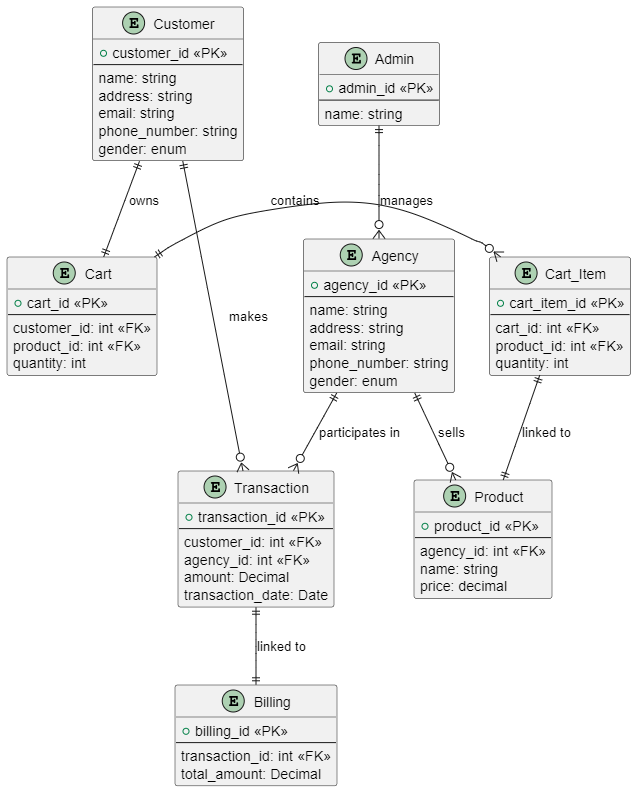
buinhathuy511/UDT-Backend-Nodejs-Test keeps this PlantUML diagram as Question-2/ERD.png. Above is the earlier version. Its source is kept beside it as Question-2/erd.puml.
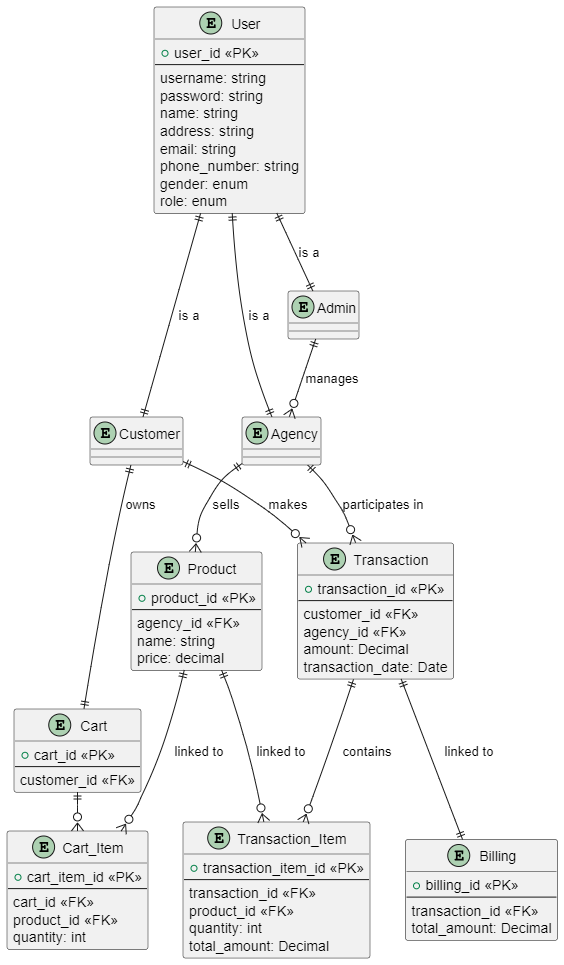
Above is the later version.

Commit message:
Question 2 | Update ERD

Diff of the diagram source:
```diff
@@ -1,78 +1,89 @@
 @startuml erd
 
-entity "Admin" {
-    + admin_id <<PK>>
+entity "User" {
+    + user_id <<PK>>
     --
-    name: string
-}
-
-entity "Customer" {
-    + customer_id <<PK>>
-    --
+    username: string
+    password: string
     name: string
     address: string
     email: string
     phone_number: string
     gender: enum
+    role: enum
+}
+
+entity "Admin" {
+}
+
+entity "Agency" {
+}
+
+entity "Customer" {
 }
 
 entity "Cart" {
     + cart_id <<PK>>
     --
-    customer_id: int <<FK>>
-    product_id: int <<FK>>
-    quantity: int
+    customer_id <<FK>>
 }
 
 entity "Cart_Item" {
     + cart_item_id <<PK>>
     --
-    cart_id: int <<FK>>
-    product_id: int <<FK>>
+    cart_id <<FK>>
+    product_id <<FK>>
     quantity: int
+}
+
+entity "Transaction" {
+    + transaction_id <<PK>>
+    --
+    customer_id <<FK>>
+    agency_id <<FK>>
+    amount: Decimal
+    transaction_date: Date
+}
+
+entity "Transaction_Item" {
+    + transaction_item_id <<PK>>
+    --
+    transaction_id <<FK>>
+    product_id <<FK>>
+    quantity: int
+    total_amount: Decimal
 }
 
 entity "Product" {
     + product_id <<PK>>
     --
-    agency_id: int <<FK>>
+    agency_id <<FK>>
     name: string
     price: decimal
 }
 
-entity "Transaction" {
-    + transaction_id <<PK>>
-    --
-    customer_id: int <<FK>>
-    agency_id: int <<FK>>
-    amount: Decimal
-    transaction_date: Date
-}
 
 entity "Billing" {
     + billing_id <<PK>>
     --
-    transaction_id: int <<FK>>
+    transaction_id <<FK>>
     total_amount: Decimal
 }
 
-entity "Agency" {
-    + agency_id <<PK>>
-    --
-    name: string
-    address: string
-    email: string
-    phone_number: string
-    gender: enum
-}
+User ||--|| Admin: is a
+User ||--|| Customer: is a
+User ||--|| Agency: is a
 
 Admin ||--o{ Agency: manages
 Agency ||--o{ Product: sells
 Agency ||--o{ Transaction: participates in
 Customer ||--o{ Transaction: makes
 Customer ||--|| Cart: owns
+
 Cart ||-o{ Cart_Item: contains
-Cart_Item ||--|| Product: linked to
+Product ||--o{ Cart_Item: linked to
+Product ||--o{ Transaction_Item: linked to
 Transaction ||--|| Billing: linked to
+Transaction ||-o{ Transaction_Item: contains
 
 @enduml
```
